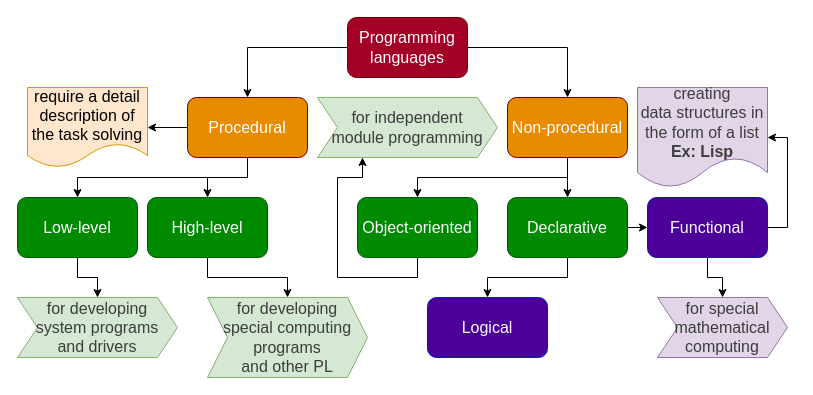
DMfananddu/Untitled keeps this draw.io diagram as Untitled Diagram.drawio. Above is the earlier version. Source tidied: cells renumbered, new cells numbered last; positions are measured from the earlier drawing's top-left corner, leaving out a move shared by most shapes. Both pictures are drawn from the tidied source at 100%, with x=0, y=0 at pixel (17, 17).
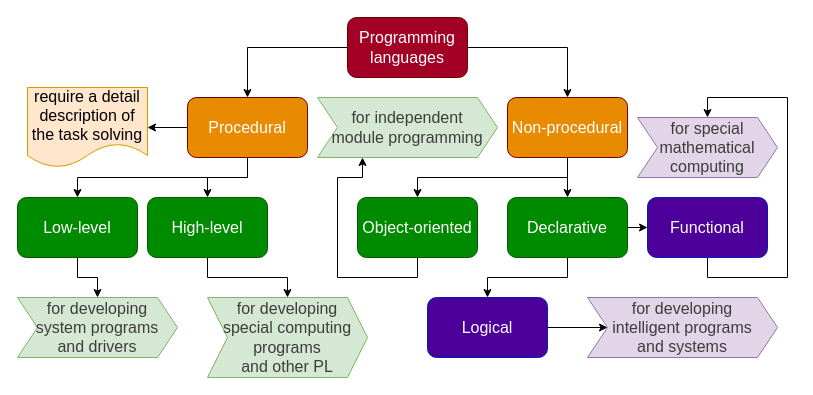
Above is the later version.

Unchanged cells that the change refers to:
```xml
<mxCell id="27" value="Functional" style="rounded=1;whiteSpace=wrap;html=1;fontSize=16;strokeColor=#001DBC;fontColor=#ffffff;fillColor=#4C0099;" parent="1" vertex="1">
  <mxGeometry x="630" y="180" width="120" height="60" as="geometry" />
</mxCell>
<mxCell id="28" value="Logical" style="rounded=1;whiteSpace=wrap;html=1;fontSize=16;strokeColor=#001DBC;fontColor=#ffffff;fillColor=#4C0099;" parent="1" vertex="1">
  <mxGeometry x="410" y="280" width="120" height="60" as="geometry" />
</mxCell>
```

Change to the diagram source:
```diff
@@
-    <mxCell id="25" style="edgeStyle=orthogonalEdgeStyle;rounded=0;jettySize=auto;html=1;exitX=1;exitY=0.5;exitDx=0;exitDy=0;entryX=1;entryY=0.5;entryDx=0;entryDy=0;fontFamily=Helvetica;fontSize=16;" parent="1" edge="1" source="27" target="29">
-      <mxGeometry relative="1" as="geometry" />
-    </mxCell>
     <mxCell id="26" style="edgeStyle=orthogonalEdgeStyle;rounded=0;jettySize=auto;html=1;exitX=0.5;exitY=1;exitDx=0;exitDy=0;entryX=0.5;entryY=0;entryDx=0;entryDy=0;fontFamily=Helvetica;fontSize=16;" parent="1" edge="1" source="27" target="30">
-      <mxGeometry relative="1" as="geometry" />
+      <mxGeometry relative="1" as="geometry">
+        <Array as="points">
+          <mxPoint x="690" y="260" />
+          <mxPoint x="770" y="260" />
+          <mxPoint x="770" y="80" />
+          <mxPoint x="690" y="80" />
+        </Array>
+      </mxGeometry>
     </mxCell>
@@
+    <mxCell id="31" style="edgeStyle=orthogonalEdgeStyle;rounded=0;jettySize=auto;html=1;exitX=1;exitY=0.5;exitDx=0;exitDy=0;entryX=0;entryY=0.5;entryDx=0;entryDy=0;fontFamily=Helvetica;fontSize=16;" parent="1" edge="1" source="28" target="32">
+      <mxGeometry relative="1" as="geometry" />
+    </mxCell>
@@
-    <mxCell id="29" value="&lt;span lang=&quot;EN-US&quot; style=&quot;font-size: 12pt ; line-height: 107% ; color: rgb(61 , 61 , 61)&quot;&gt;creating&lt;br&gt;data structures in the form of a list&lt;br&gt;&lt;b&gt;Ex: Lisp&lt;/b&gt;&lt;br&gt;&lt;/span&gt;" style="shape=document;whiteSpace=wrap;html=1;boundedLbl=1;fontFamily=Helvetica;fontSize=16;strokeColor=#9673a6;fillColor=#e1d5e7;" parent="1" vertex="1">
-      <mxGeometry x="620" y="70" width="130" height="100" as="geometry" />
-    </mxCell>
-    <mxCell id="30" value="&lt;span lang=&quot;EN-US&quot; style=&quot;font-size: 12pt ; line-height: 107% ; font-family: &amp;#34;calibri&amp;#34; , sans-serif ; color: rgb(61 , 61 , 61)&quot;&gt;for special mathematical computing&lt;/span&gt;" style="shape=step;perimeter=stepPerimeter;whiteSpace=wrap;html=1;fixedSize=1;fillColor=#e1d5e7;fontFamily=Helvetica;fontSize=16;strokeColor=#9673a6;" parent="1" vertex="1">
-      <mxGeometry x="640" y="280" width="130" height="60" as="geometry" />
+    <mxCell id="30" value="&lt;span lang=&quot;EN-US&quot; style=&quot;font-size: 12pt ; line-height: 107% ; color: rgb(61 , 61 , 61)&quot;&gt;for special mathematical computing&lt;/span&gt;" style="shape=step;perimeter=stepPerimeter;whiteSpace=wrap;html=1;fixedSize=1;fillColor=#e1d5e7;fontFamily=Helvetica;fontSize=16;strokeColor=#9673a6;" parent="1" vertex="1">
+      <mxGeometry x="620" y="100" width="140" height="60" as="geometry" />
     </mxCell>
+    <mxCell id="32" value="&lt;span lang=&quot;EN-US&quot; style=&quot;font-size: 12pt ; line-height: 107% ; color: rgb(61 , 61 , 61)&quot;&gt;for developing&lt;br&gt;intelligent programs&lt;br&gt;and systems&lt;/span&gt;" style="shape=step;perimeter=stepPerimeter;whiteSpace=wrap;html=1;fixedSize=1;fillColor=#e1d5e7;fontFamily=Helvetica;fontSize=16;strokeColor=#9673a6;" parent="1" vertex="1">
+      <mxGeometry x="570" y="280" width="190" height="60" as="geometry" />
+    </mxCell>
```
